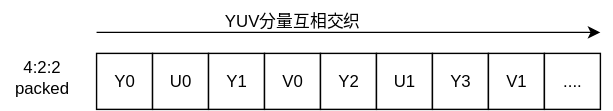
Before: C++对象模型/yuv存储格式.drawio.svg, a diagram exported from draw.io (SixPlusAndTimes/drawio). Source tidied: cells renumbered, new cells last; positions are measured from the earlier drawing's top-left corner, leaving out a move shared by most shapes.
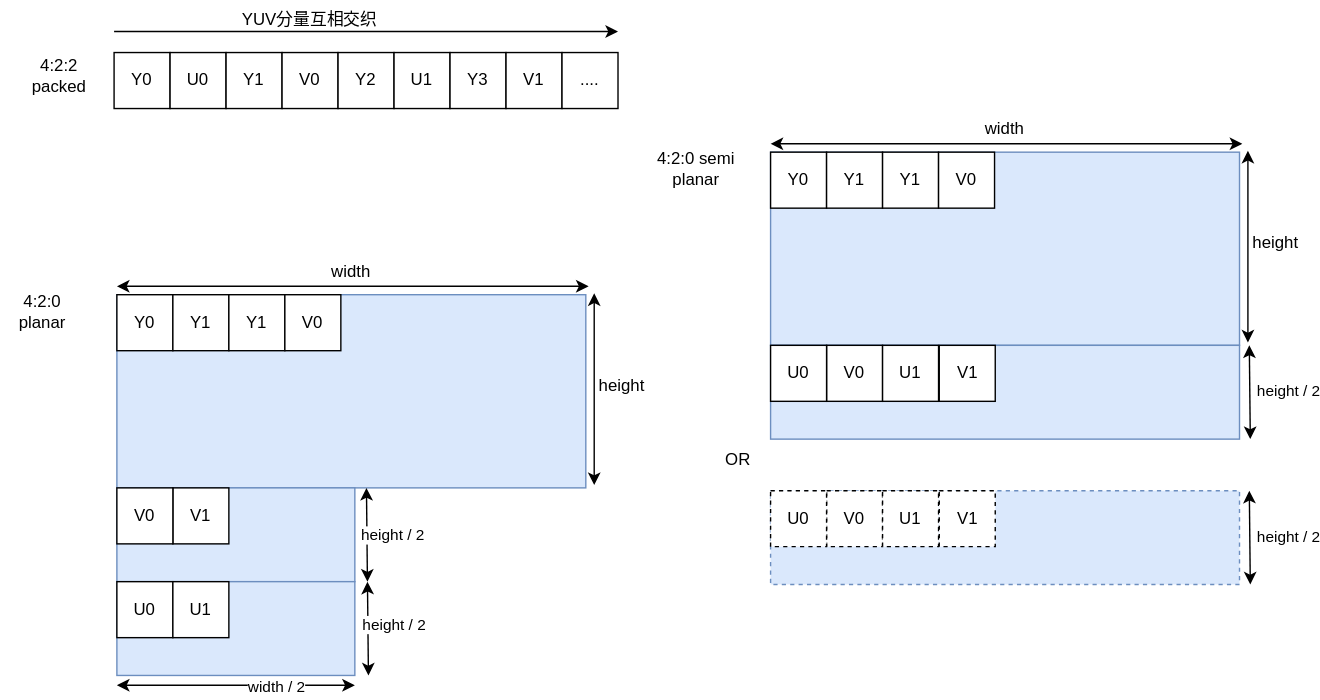
Above is the later version.

Commit message:
更新yuv存储格式.drawio.svg

Diff of the diagram source:
```diff
@@ -41,5 +41,181 @@
     <mxCell id="13" value="YUV分量互相交织" style="text;html=1;whiteSpace=wrap;strokeColor=none;fillColor=none;align=center;verticalAlign=middle;rounded=0;" parent="1" vertex="1">
       <mxGeometry x="151" width="116" height="30" as="geometry" />
     </mxCell>
+    <mxCell id="14" style="rounded=0;whiteSpace=wrap;html=1;fillColor=#dae8fc;strokeColor=#6c8ebf;" parent="1" vertex="1">
+      <mxGeometry x="71" y="211" width="335" height="138" as="geometry" />
+    </mxCell>
+    <mxCell id="15" value="4:2:0 planar" style="text;html=1;whiteSpace=wrap;strokeColor=none;fillColor=none;align=center;verticalAlign=middle;rounded=0;" parent="1" vertex="1">
+      <mxGeometry x="-12" y="208" width="60" height="30" as="geometry" />
+    </mxCell>
+    <mxCell id="16" value="Y0" style="whiteSpace=wrap;html=1;" parent="1" vertex="1">
+      <mxGeometry x="71" y="211" width="40" height="40" as="geometry" />
+    </mxCell>
+    <mxCell id="17" value="Y1" style="whiteSpace=wrap;html=1;" parent="1" vertex="1">
+      <mxGeometry x="111" y="211" width="40" height="40" as="geometry" />
+    </mxCell>
+    <mxCell id="18" value="Y1" style="whiteSpace=wrap;html=1;" parent="1" vertex="1">
+      <mxGeometry x="151" y="211" width="40" height="40" as="geometry" />
+    </mxCell>
+    <mxCell id="19" value="V0" style="whiteSpace=wrap;html=1;" parent="1" vertex="1">
+      <mxGeometry x="191" y="211" width="40" height="40" as="geometry" />
+    </mxCell>
+    <mxCell id="20" style="endArrow=classic;startArrow=classic;html=1;rounded=0;" parent="1" edge="1">
+      <mxGeometry relative="1" as="geometry">
+        <mxPoint x="71" y="205" as="sourcePoint" />
+        <mxPoint x="408" y="205" as="targetPoint" />
+      </mxGeometry>
+    </mxCell>
+    <mxCell id="21" value="width" style="text;html=1;whiteSpace=wrap;strokeColor=none;fillColor=none;align=center;verticalAlign=middle;rounded=0;" parent="1" vertex="1">
+      <mxGeometry x="201" y="182" width="75" height="26" as="geometry" />
+    </mxCell>
+    <mxCell id="22" style="endArrow=classic;startArrow=classic;html=1;rounded=0;" parent="1" edge="1">
+      <mxGeometry relative="1" as="geometry">
+        <mxPoint x="412" y="347" as="sourcePoint" />
+        <mxPoint x="412" y="210" as="targetPoint" />
+      </mxGeometry>
+    </mxCell>
+    <mxCell id="23" value="height" style="text;html=1;whiteSpace=wrap;strokeColor=none;fillColor=none;align=center;verticalAlign=middle;rounded=0;" parent="1" vertex="1">
+      <mxGeometry x="402" y="261" width="60" height="30" as="geometry" />
+    </mxCell>
+    <mxCell id="24" style="rounded=0;whiteSpace=wrap;html=1;fillColor=#dae8fc;strokeColor=#6c8ebf;" parent="1" vertex="1">
+      <mxGeometry x="71" y="349" width="170" height="67" as="geometry" />
+    </mxCell>
+    <mxCell id="25" style="rounded=0;whiteSpace=wrap;html=1;fillColor=#dae8fc;strokeColor=#6c8ebf;" parent="1" vertex="1">
+      <mxGeometry x="71" y="416" width="170" height="67" as="geometry" />
+    </mxCell>
+    <mxCell id="26" style="endArrow=classic;startArrow=classic;html=1;rounded=0;" parent="1" edge="1">
+      <mxGeometry relative="1" as="geometry">
+        <mxPoint x="250" y="416" as="sourcePoint" />
+        <mxPoint x="249.3" y="349" as="targetPoint" />
+      </mxGeometry>
+    </mxCell>
+    <mxCell id="27" value="height / 2" style="edgeLabel;html=1;align=center;verticalAlign=middle;" parent="26" vertex="1">
+      <mxGeometry x="0.09" y="-1" relative="1" as="geometry">
+        <mxPoint x="17" y="3" as="offset" />
+      </mxGeometry>
+    </mxCell>
+    <mxCell id="28" style="endArrow=classic;startArrow=classic;html=1;rounded=0;" parent="1" edge="1">
+      <mxGeometry relative="1" as="geometry">
+        <mxPoint x="250.7" y="483" as="sourcePoint" />
+        <mxPoint x="250" y="416" as="targetPoint" />
+      </mxGeometry>
+    </mxCell>
+    <mxCell id="29" value="height / 2" style="edgeLabel;html=1;align=center;verticalAlign=middle;" parent="28" vertex="1">
+      <mxGeometry x="0.44" relative="1" as="geometry">
+        <mxPoint x="18" y="12" as="offset" />
+      </mxGeometry>
+    </mxCell>
+    <mxCell id="30" style="endArrow=classic;startArrow=classic;html=1;rounded=0;" parent="1" edge="1">
+      <mxGeometry relative="1" as="geometry">
+        <mxPoint x="71" y="490" as="sourcePoint" />
+        <mxPoint x="241" y="490" as="targetPoint" />
+      </mxGeometry>
+    </mxCell>
+    <mxCell id="31" value="width / 2" style="edgeLabel;html=1;align=center;verticalAlign=middle;" parent="30" vertex="1">
+      <mxGeometry x="0.33" y="-1" relative="1" as="geometry" />
+    </mxCell>
+    <mxCell id="32" value="V1" style="whiteSpace=wrap;html=1;" parent="1" vertex="1">
+      <mxGeometry x="111" y="349" width="40" height="40" as="geometry" />
+    </mxCell>
+    <mxCell id="33" value="V0" style="whiteSpace=wrap;html=1;" parent="1" vertex="1">
+      <mxGeometry x="71" y="349" width="40" height="40" as="geometry" />
+    </mxCell>
+    <mxCell id="34" value="U0" style="whiteSpace=wrap;html=1;" parent="1" vertex="1">
+      <mxGeometry x="71" y="416" width="40" height="40" as="geometry" />
+    </mxCell>
+    <mxCell id="35" value="U1" style="whiteSpace=wrap;html=1;" parent="1" vertex="1">
+      <mxGeometry x="111" y="416" width="40" height="40" as="geometry" />
+    </mxCell>
+    <mxCell id="36" style="rounded=0;whiteSpace=wrap;html=1;fillColor=#dae8fc;strokeColor=#6c8ebf;" parent="1" vertex="1">
+      <mxGeometry x="538" y="109.2" width="335" height="138" as="geometry" />
+    </mxCell>
+    <mxCell id="37" value="4:2:0 semi planar" style="text;html=1;whiteSpace=wrap;strokeColor=none;fillColor=none;align=center;verticalAlign=middle;rounded=0;" parent="1" vertex="1">
+      <mxGeometry x="455" y="106.2" width="60" height="30" as="geometry" />
+    </mxCell>
+    <mxCell id="38" value="Y0" style="whiteSpace=wrap;html=1;" parent="1" vertex="1">
+      <mxGeometry x="538" y="109.2" width="40" height="40" as="geometry" />
+    </mxCell>
+    <mxCell id="39" value="Y1" style="whiteSpace=wrap;html=1;" parent="1" vertex="1">
+      <mxGeometry x="578" y="109.2" width="40" height="40" as="geometry" />
+    </mxCell>
+    <mxCell id="40" value="Y1" style="whiteSpace=wrap;html=1;" parent="1" vertex="1">
+      <mxGeometry x="618" y="109.2" width="40" height="40" as="geometry" />
+    </mxCell>
+    <mxCell id="41" value="V0" style="whiteSpace=wrap;html=1;" parent="1" vertex="1">
+      <mxGeometry x="658" y="109.2" width="40" height="40" as="geometry" />
+    </mxCell>
+    <mxCell id="42" style="endArrow=classic;startArrow=classic;html=1;rounded=0;" parent="1" edge="1">
+      <mxGeometry relative="1" as="geometry">
+        <mxPoint x="538" y="103.2" as="sourcePoint" />
+        <mxPoint x="875" y="103.2" as="targetPoint" />
+      </mxGeometry>
+    </mxCell>
+    <mxCell id="43" value="width" style="text;html=1;whiteSpace=wrap;strokeColor=none;fillColor=none;align=center;verticalAlign=middle;rounded=0;" parent="1" vertex="1">
+      <mxGeometry x="668" y="80.2" width="75" height="26" as="geometry" />
+    </mxCell>
+    <mxCell id="44" style="endArrow=classic;startArrow=classic;html=1;rounded=0;" parent="1" edge="1">
+      <mxGeometry relative="1" as="geometry">
+        <mxPoint x="879" y="245.2" as="sourcePoint" />
+        <mxPoint x="879" y="108.2" as="targetPoint" />
+      </mxGeometry>
+    </mxCell>
+    <mxCell id="45" value="height" style="text;html=1;whiteSpace=wrap;strokeColor=none;fillColor=none;align=center;verticalAlign=middle;rounded=0;" parent="1" vertex="1">
+      <mxGeometry x="869" y="159.2" width="60" height="30" as="geometry" />
+    </mxCell>
+    <mxCell id="46" style="rounded=0;whiteSpace=wrap;html=1;fillColor=#dae8fc;strokeColor=#6c8ebf;" parent="1" vertex="1">
+      <mxGeometry x="538" y="247.2" width="335" height="67" as="geometry" />
+    </mxCell>
+    <mxCell id="47" style="endArrow=classic;startArrow=classic;html=1;rounded=0;" parent="1" edge="1">
+      <mxGeometry relative="1" as="geometry">
+        <mxPoint x="880.7" y="314.2" as="sourcePoint" />
+        <mxPoint x="880" y="247.2" as="targetPoint" />
+      </mxGeometry>
+    </mxCell>
+    <mxCell id="48" value="height / 2" style="edgeLabel;html=1;align=center;verticalAlign=middle;" parent="47" vertex="1">
+      <mxGeometry x="0.09" y="-1" relative="1" as="geometry">
+        <mxPoint x="26" y="2" as="offset" />
+      </mxGeometry>
+    </mxCell>
+    <mxCell id="49" value="V0" style="whiteSpace=wrap;html=1;" parent="1" vertex="1">
+      <mxGeometry x="578" y="247.2" width="40" height="40" as="geometry" />
+    </mxCell>
+    <mxCell id="50" value="U0" style="whiteSpace=wrap;html=1;" parent="1" vertex="1">
+      <mxGeometry x="538" y="247.2" width="40" height="40" as="geometry" />
+    </mxCell>
+    <mxCell id="51" value="U1" style="whiteSpace=wrap;html=1;" parent="1" vertex="1">
+      <mxGeometry x="618" y="247.2" width="40" height="40" as="geometry" />
+    </mxCell>
+    <mxCell id="52" value="V1" style="whiteSpace=wrap;html=1;" parent="1" vertex="1">
+      <mxGeometry x="658.5" y="247.2" width="40" height="40" as="geometry" />
+    </mxCell>
+    <mxCell id="53" style="rounded=0;whiteSpace=wrap;html=1;fillColor=#dae8fc;strokeColor=#6c8ebf;dashed=1;" parent="1" vertex="1">
+      <mxGeometry x="538" y="351" width="335" height="67" as="geometry" />
+    </mxCell>
+    <mxCell id="54" style="endArrow=classic;startArrow=classic;html=1;rounded=0;" parent="1" edge="1">
+      <mxGeometry relative="1" as="geometry">
+        <mxPoint x="880.7" y="418" as="sourcePoint" />
+        <mxPoint x="880" y="351" as="targetPoint" />
+      </mxGeometry>
+    </mxCell>
+    <mxCell id="55" value="height / 2" style="edgeLabel;html=1;align=center;verticalAlign=middle;" parent="54" vertex="1">
+      <mxGeometry x="0.09" y="-1" relative="1" as="geometry">
+        <mxPoint x="26" y="2" as="offset" />
+      </mxGeometry>
+    </mxCell>
+    <mxCell id="56" value="V0" style="whiteSpace=wrap;html=1;dashed=1;" parent="1" vertex="1">
+      <mxGeometry x="578" y="351" width="40" height="40" as="geometry" />
+    </mxCell>
+    <mxCell id="57" value="U0" style="whiteSpace=wrap;html=1;dashed=1;" parent="1" vertex="1">
+      <mxGeometry x="538" y="351" width="40" height="40" as="geometry" />
+    </mxCell>
+    <mxCell id="58" value="U1" style="whiteSpace=wrap;html=1;dashed=1;" parent="1" vertex="1">
+      <mxGeometry x="618" y="351" width="40" height="40" as="geometry" />
+    </mxCell>
+    <mxCell id="59" value="V1" style="whiteSpace=wrap;html=1;dashed=1;" parent="1" vertex="1">
+      <mxGeometry x="658.5" y="351" width="40" height="40" as="geometry" />
+    </mxCell>
+    <mxCell id="60" value="OR" style="text;html=1;whiteSpace=wrap;strokeColor=none;fillColor=none;align=center;verticalAlign=middle;rounded=0;" parent="1" vertex="1">
+      <mxGeometry x="485" y="314.2" width="60" height="30" as="geometry" />
+    </mxCell>
   </root>
 </mxGraphModel>
```
